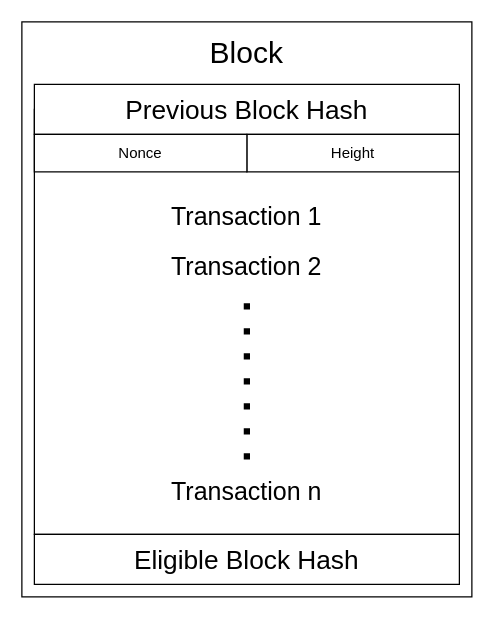
Before: Diagrams/Block.drawio in MlgEpicBanana69/dreamveil, a draw.io diagram. Source tidied: cells renumbered, new cells numbered last; positions are measured from the earlier drawing's top-left corner, leaving out a move shared by most shapes. Both pictures are drawn from the tidied source at 125%, with x=0, y=0 at pixel (21, 21).
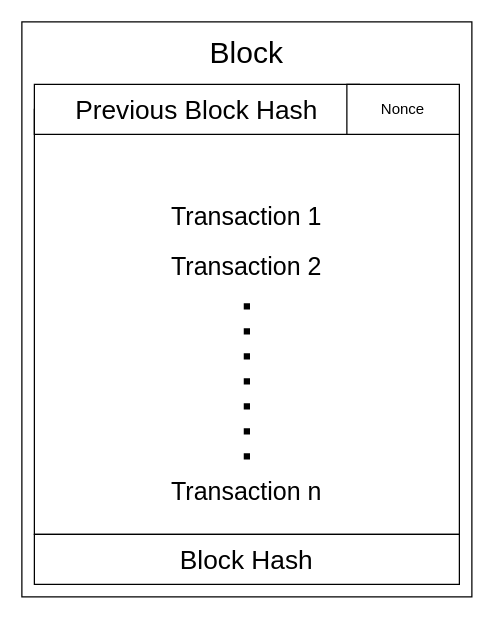
The same diagram, later.

What changed in the source:
```diff
@@
 <mxGraphModel>
   <root>
     <mxCell id="0" />
     <mxCell id="1" parent="0" />
     <mxCell id="2" style="rounded=0;whiteSpace=wrap;html=1;" parent="1" vertex="1">
       <mxGeometry width="360" height="460" as="geometry" />
     </mxCell>
     <mxCell id="3" style="rounded=0;whiteSpace=wrap;html=1;" parent="1" vertex="1">
       <mxGeometry x="10" y="70" width="340" height="340" as="geometry" />
     </mxCell>
     <mxCell id="4" value="Previous Block Hash" style="rounded=0;whiteSpace=wrap;html=1;fontSize=21;" parent="1" vertex="1">
-      <mxGeometry x="10" y="50" width="340" height="40" as="geometry" />
+      <mxGeometry x="10" y="50" width="260" height="40" as="geometry" />
     </mxCell>
-    <mxCell id="5" value="Eligible Block Hash" style="rounded=0;whiteSpace=wrap;html=1;fontSize=21;" parent="1" vertex="1">
+    <mxCell id="5" value="Block Hash" style="rounded=0;whiteSpace=wrap;html=1;fontSize=21;" parent="1" vertex="1">
       <mxGeometry x="10" y="410" width="340" height="40" as="geometry" />
     </mxCell>
     <mxCell id="6" value="Transaction 1" style="text;html=1;strokeColor=none;fillColor=none;align=center;verticalAlign=middle;whiteSpace=wrap;rounded=0;fontSize=20;" parent="1" vertex="1">
       <mxGeometry x="80" y="130" width="200" height="50" as="geometry" />
     </mxCell>
     <mxCell id="7" value="Transaction 2" style="text;html=1;strokeColor=none;fillColor=none;align=center;verticalAlign=middle;whiteSpace=wrap;rounded=0;fontSize=20;" parent="1" vertex="1">
       <mxGeometry x="80" y="170" width="200" height="50" as="geometry" />
     </mxCell>
     <mxCell id="8" value="Transaction n" style="text;html=1;strokeColor=none;fillColor=none;align=center;verticalAlign=middle;whiteSpace=wrap;rounded=0;fontSize=20;" parent="1" vertex="1">
       <mxGeometry x="80" y="350" width="200" height="50" as="geometry" />
     </mxCell>
     <mxCell id="9" style="endArrow=none;dashed=1;html=1;dashPattern=1 3;strokeWidth=5;rounded=0;fontSize=20;entryX=0.5;entryY=1;entryDx=0;entryDy=0;exitX=0.5;exitY=0;exitDx=0;exitDy=0;jumpSize=17;jumpStyle=none;endSize=6;" parent="1" edge="1" source="8" target="7">
       <mxGeometry relative="1" as="geometry" />
     </mxCell>
-    <mxCell id="10" value="Height" style="rounded=0;whiteSpace=wrap;html=1;" parent="1" vertex="1">
-      <mxGeometry x="180" y="90" width="170" height="30" as="geometry" />
-    </mxCell>
     <mxCell id="11" value="Nonce" style="rounded=0;whiteSpace=wrap;html=1;" parent="1" vertex="1">
-      <mxGeometry x="10" y="90" width="170" height="30" as="geometry" />
+      <mxGeometry x="260" y="50" width="90" height="40" as="geometry" />
     </mxCell>
     <mxCell id="12" value="Block" style="text;html=1;strokeColor=none;fillColor=none;align=center;verticalAlign=middle;whiteSpace=wrap;rounded=0;fontSize=24;" parent="1" vertex="1">
       <mxGeometry x="145" y="10" width="70" height="30" as="geometry" />
     </mxCell>
   </root>
 </mxGraphModel>
```
